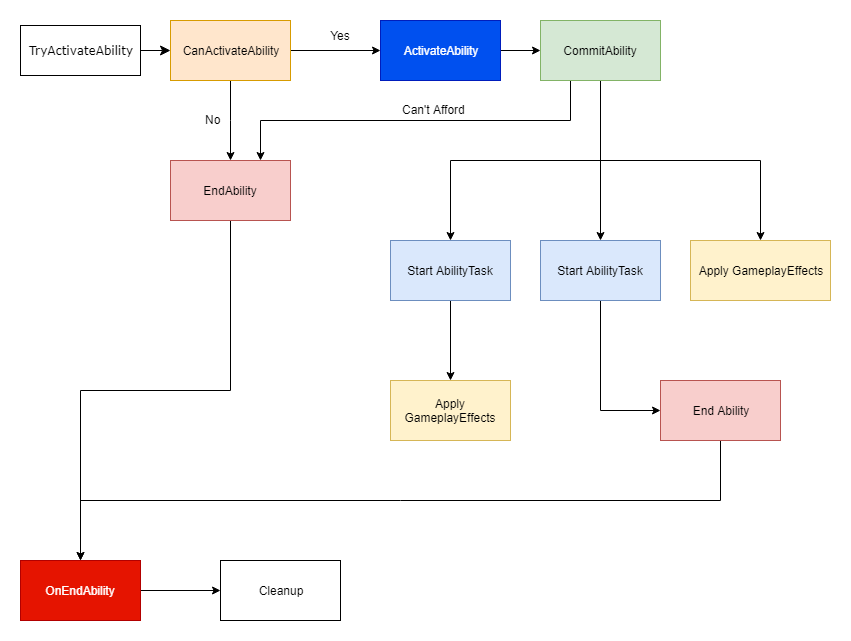
tranek/GASDocumentation keeps this draw.io diagram as Images/abilityflowchartcomplex.png. Above is the earlier version. Source tidied: cells renumbered, new cells last; positions are measured from the earlier drawing's top-left corner, leaving out a move shared by most shapes. The source it was exported from:
```xml
<mxGraphModel background="#ffffff">
  <root>
    <mxCell id="0" />
    <mxCell id="1" parent="0" />
    <mxCell id="2" style="edgeStyle=none;html=1;labelBackgroundColor=none;startFill=0;startSize=8;endFill=1;endSize=8;fontFamily=Verdana;fontSize=12;entryX=0;entryY=0.5;entryDx=0;entryDy=0;" parent="1" edge="1" source="3" target="6">
      <mxGeometry relative="1" as="geometry" />
    </mxCell>
    <mxCell id="3" value="TryActivateAbility&lt;br&gt;" style="whiteSpace=wrap;html=1;rounded=0;shadow=0;comic=0;labelBackgroundColor=none;strokeColor=#000000;strokeWidth=1;fillColor=#FFFFFF;fontFamily=Verdana;fontSize=12;fontColor=#000000;align=center;" parent="1" vertex="1">
      <mxGeometry y="5" width="120" height="50" as="geometry" />
    </mxCell>
    <mxCell id="4" style="edgeStyle=orthogonalEdgeStyle;rounded=0;jettySize=auto;html=1;" parent="1" edge="1" source="6" target="8">
      <mxGeometry relative="1" as="geometry">
        <Array as="points">
          <mxPoint x="210" y="100" />
          <mxPoint x="210" y="100" />
        </Array>
      </mxGeometry>
    </mxCell>
    <mxCell id="5" style="edgeStyle=orthogonalEdgeStyle;rounded=0;jettySize=auto;html=1;entryX=0;entryY=0.5;entryDx=0;entryDy=0;" parent="1" edge="1" source="6" target="21">
      <mxGeometry relative="1" as="geometry" />
    </mxCell>
    <mxCell id="6" value="CanActivateAbility" style="rounded=0;whiteSpace=wrap;html=1;fillColor=#ffe6cc;strokeColor=#d79b00;" parent="1" vertex="1">
      <mxGeometry x="150" width="120" height="60" as="geometry" />
    </mxCell>
    <mxCell id="7" style="edgeStyle=orthogonalEdgeStyle;rounded=0;jettySize=auto;html=1;exitX=0.5;exitY=1;exitDx=0;exitDy=0;entryX=0.5;entryY=0;entryDx=0;entryDy=0;" parent="1" edge="1" source="8" target="28">
      <mxGeometry relative="1" as="geometry" />
    </mxCell>
    <mxCell id="8" value="EndAbility" style="rounded=0;whiteSpace=wrap;html=1;fillColor=#f8cecc;strokeColor=#b85450;" parent="1" vertex="1">
      <mxGeometry x="150" y="140" width="120" height="60" as="geometry" />
    </mxCell>
    <mxCell id="9" style="edgeStyle=orthogonalEdgeStyle;rounded=0;jettySize=auto;html=1;" parent="1" edge="1" source="10" target="11">
      <mxGeometry relative="1" as="geometry" />
    </mxCell>
    <mxCell id="10" value="Start AbilityTask" style="rounded=0;whiteSpace=wrap;html=1;fillColor=#dae8fc;strokeColor=#6c8ebf;" parent="1" vertex="1">
      <mxGeometry x="370" y="220" width="120" height="60" as="geometry" />
    </mxCell>
    <mxCell id="11" value="Apply GameplayEffects" style="rounded=0;whiteSpace=wrap;html=1;fillColor=#fff2cc;strokeColor=#d6b656;" parent="1" vertex="1">
      <mxGeometry x="370" y="360" width="120" height="60" as="geometry" />
    </mxCell>
    <mxCell id="12" style="edgeStyle=orthogonalEdgeStyle;rounded=0;jettySize=auto;html=1;" parent="1" edge="1" source="13" target="15">
      <mxGeometry relative="1" as="geometry">
        <Array as="points">
          <mxPoint x="580" y="390" />
        </Array>
      </mxGeometry>
    </mxCell>
    <mxCell id="13" value="Start AbilityTask" style="rounded=0;whiteSpace=wrap;html=1;fillColor=#dae8fc;strokeColor=#6c8ebf;" parent="1" vertex="1">
      <mxGeometry x="520" y="220" width="120" height="60" as="geometry" />
    </mxCell>
    <mxCell id="14" style="edgeStyle=orthogonalEdgeStyle;rounded=0;jettySize=auto;html=1;exitX=0.5;exitY=1;exitDx=0;exitDy=0;" parent="1" edge="1" source="15" target="28">
      <mxGeometry relative="1" as="geometry" />
    </mxCell>
    <mxCell id="15" value="End Ability" style="rounded=0;whiteSpace=wrap;html=1;fillColor=#f8cecc;strokeColor=#b85450;" parent="1" vertex="1">
      <mxGeometry x="640" y="360" width="120" height="60" as="geometry" />
    </mxCell>
    <mxCell id="16" value="Apply GameplayEffects" style="rounded=0;whiteSpace=wrap;html=1;fillColor=#fff2cc;strokeColor=#d6b656;" parent="1" vertex="1">
      <mxGeometry x="670" y="220" width="140" height="60" as="geometry" />
    </mxCell>
    <mxCell id="17" value="Yes" style="text;html=1;strokeColor=none;fillColor=none;align=center;verticalAlign=middle;whiteSpace=wrap;rounded=0;" parent="1" vertex="1">
      <mxGeometry x="300" y="5" width="40" height="20" as="geometry" />
    </mxCell>
    <mxCell id="18" value="No" style="text;html=1;align=left;verticalAlign=top;spacingTop=-4;" parent="1" vertex="1">
      <mxGeometry x="183" y="90" width="30" height="20" as="geometry" />
    </mxCell>
    <mxCell id="19" value="Can't Afford" style="text;html=1;align=left;verticalAlign=top;spacingTop=-4;" parent="1" vertex="1">
      <mxGeometry x="380" y="80" width="80" height="20" as="geometry" />
    </mxCell>
    <mxCell id="20" style="edgeStyle=orthogonalEdgeStyle;rounded=0;jettySize=auto;html=1;" parent="1" edge="1" source="21" target="26">
      <mxGeometry relative="1" as="geometry" />
    </mxCell>
    <mxCell id="21" value="ActivateAbility" style="rounded=0;whiteSpace=wrap;html=1;fillColor=#0050ef;strokeColor=#001DBC;fontColor=#ffffff;" parent="1" vertex="1">
      <mxGeometry x="360" width="120" height="60" as="geometry" />
    </mxCell>
    <mxCell id="22" style="edgeStyle=orthogonalEdgeStyle;rounded=0;jettySize=auto;html=1;exitX=0.25;exitY=1;exitDx=0;exitDy=0;entryX=0.75;entryY=0;entryDx=0;entryDy=0;" parent="1" edge="1" source="26" target="8">
      <mxGeometry relative="1" as="geometry" />
    </mxCell>
    <mxCell id="23" style="edgeStyle=orthogonalEdgeStyle;rounded=0;jettySize=auto;html=1;exitX=0.5;exitY=1;exitDx=0;exitDy=0;entryX=0.5;entryY=0;entryDx=0;entryDy=0;" parent="1" edge="1" source="26" target="10">
      <mxGeometry relative="1" as="geometry" />
    </mxCell>
    <mxCell id="24" style="edgeStyle=orthogonalEdgeStyle;rounded=0;jettySize=auto;html=1;exitX=0.5;exitY=1;exitDx=0;exitDy=0;entryX=0.5;entryY=0;entryDx=0;entryDy=0;" parent="1" edge="1" source="26" target="13">
      <mxGeometry relative="1" as="geometry" />
    </mxCell>
    <mxCell id="25" style="edgeStyle=orthogonalEdgeStyle;rounded=0;jettySize=auto;html=1;exitX=0.5;exitY=1;exitDx=0;exitDy=0;" parent="1" edge="1" source="26" target="16">
      <mxGeometry relative="1" as="geometry" />
    </mxCell>
    <mxCell id="26" value="CommitAbility" style="rounded=0;whiteSpace=wrap;html=1;fillColor=#d5e8d4;strokeColor=#82b366;" parent="1" vertex="1">
      <mxGeometry x="520" width="120" height="60" as="geometry" />
    </mxCell>
    <mxCell id="27" style="edgeStyle=orthogonalEdgeStyle;rounded=0;jettySize=auto;html=1;" parent="1" edge="1" source="28" target="29">
      <mxGeometry relative="1" as="geometry" />
    </mxCell>
    <mxCell id="28" value="OnEndAbility" style="rounded=0;whiteSpace=wrap;html=1;fillColor=#e51400;strokeColor=#B20000;fontColor=#ffffff;" parent="1" vertex="1">
      <mxGeometry y="540" width="120" height="60" as="geometry" />
    </mxCell>
    <mxCell id="29" value="Cleanup" style="rounded=0;whiteSpace=wrap;html=1;" parent="1" vertex="1">
      <mxGeometry x="200" y="540" width="120" height="60" as="geometry" />
    </mxCell>
  </root>
</mxGraphModel>
```
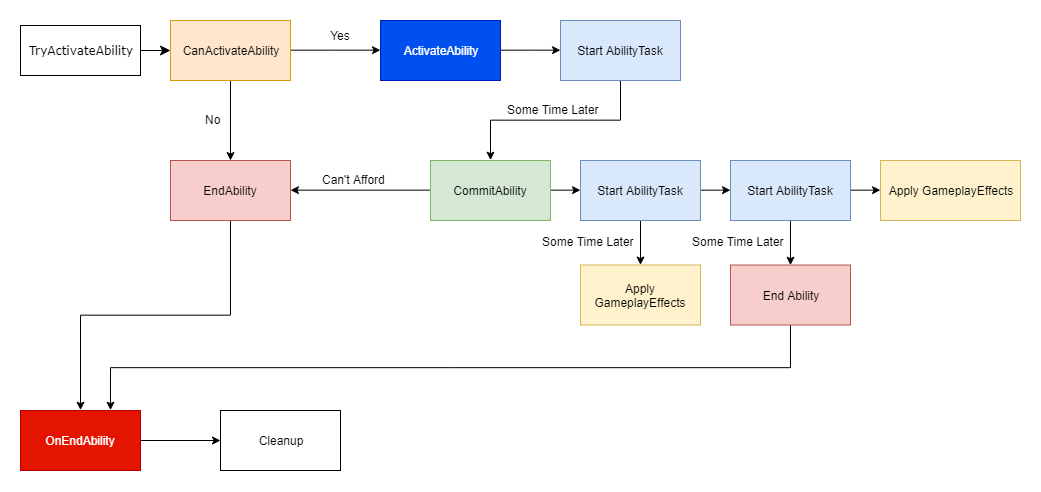
Later version of the same file.

Change to the diagram source:
```diff
@@ -31,30 +31,32 @@
     <mxCell id="9" style="edgeStyle=orthogonalEdgeStyle;rounded=0;jettySize=auto;html=1;" parent="1" edge="1" source="10" target="11">
       <mxGeometry relative="1" as="geometry" />
     </mxCell>
+    <mxCell id="30" style="edgeStyle=orthogonalEdgeStyle;rounded=0;jettySize=auto;html=1;exitX=1;exitY=0.5;exitDx=0;exitDy=0;" parent="1" edge="1" source="10" target="13">
+      <mxGeometry relative="1" as="geometry" />
+    </mxCell>
     <mxCell id="10" value="Start AbilityTask" style="rounded=0;whiteSpace=wrap;html=1;fillColor=#dae8fc;strokeColor=#6c8ebf;" parent="1" vertex="1">
-      <mxGeometry x="370" y="220" width="120" height="60" as="geometry" />
+      <mxGeometry x="560" y="140" width="120" height="60" as="geometry" />
     </mxCell>
     <mxCell id="11" value="Apply GameplayEffects" style="rounded=0;whiteSpace=wrap;html=1;fillColor=#fff2cc;strokeColor=#d6b656;" parent="1" vertex="1">
-      <mxGeometry x="370" y="360" width="120" height="60" as="geometry" />
+      <mxGeometry x="560" y="244.5" width="120" height="60" as="geometry" />
     </mxCell>
+    <mxCell id="31" style="edgeStyle=orthogonalEdgeStyle;rounded=0;jettySize=auto;html=1;exitX=1;exitY=0.5;exitDx=0;exitDy=0;" parent="1" edge="1" source="13" target="16">
+      <mxGeometry relative="1" as="geometry" />
+    </mxCell>
-    <mxCell id="12" style="edgeStyle=orthogonalEdgeStyle;rounded=0;jettySize=auto;html=1;" parent="1" edge="1" source="13" target="15">
-      <mxGeometry relative="1" as="geometry">
-        <Array as="points">
-          <mxPoint x="580" y="390" />
-        </Array>
-      </mxGeometry>
+    <mxCell id="12" style="edgeStyle=orthogonalEdgeStyle;rounded=0;jettySize=auto;html=1;exitX=0.5;exitY=1;exitDx=0;exitDy=0;entryX=0.5;entryY=0;entryDx=0;entryDy=0;" parent="1" edge="1" source="13" target="15">
+      <mxGeometry relative="1" as="geometry" />
     </mxCell>
     <mxCell id="13" value="Start AbilityTask" style="rounded=0;whiteSpace=wrap;html=1;fillColor=#dae8fc;strokeColor=#6c8ebf;" parent="1" vertex="1">
-      <mxGeometry x="520" y="220" width="120" height="60" as="geometry" />
+      <mxGeometry x="710" y="140" width="120" height="60" as="geometry" />
     </mxCell>
-    <mxCell id="14" style="edgeStyle=orthogonalEdgeStyle;rounded=0;jettySize=auto;html=1;exitX=0.5;exitY=1;exitDx=0;exitDy=0;" parent="1" edge="1" source="15" target="28">
+    <mxCell id="14" style="edgeStyle=orthogonalEdgeStyle;rounded=0;jettySize=auto;html=1;exitX=0.5;exitY=1;exitDx=0;exitDy=0;entryX=0.75;entryY=0;entryDx=0;entryDy=0;" parent="1" edge="1" source="15" target="28">
       <mxGeometry relative="1" as="geometry" />
     </mxCell>
     <mxCell id="15" value="End Ability" style="rounded=0;whiteSpace=wrap;html=1;fillColor=#f8cecc;strokeColor=#b85450;" parent="1" vertex="1">
-      <mxGeometry x="640" y="360" width="120" height="60" as="geometry" />
+      <mxGeometry x="710" y="244.5" width="120" height="60" as="geometry" />
     </mxCell>
     <mxCell id="16" value="Apply GameplayEffects" style="rounded=0;whiteSpace=wrap;html=1;fillColor=#fff2cc;strokeColor=#d6b656;" parent="1" vertex="1">
-      <mxGeometry x="670" y="220" width="140" height="60" as="geometry" />
+      <mxGeometry x="860" y="140" width="140" height="60" as="geometry" />
     </mxCell>
     <mxCell id="17" value="Yes" style="text;html=1;strokeColor=none;fillColor=none;align=center;verticalAlign=middle;whiteSpace=wrap;rounded=0;" parent="1" vertex="1">
       <mxGeometry x="300" y="5" width="40" height="20" as="geometry" />
@@ -63,37 +65,46 @@
       <mxGeometry x="183" y="90" width="30" height="20" as="geometry" />
     </mxCell>
     <mxCell id="19" value="Can't Afford" style="text;html=1;align=left;verticalAlign=top;spacingTop=-4;" parent="1" vertex="1">
-      <mxGeometry x="380" y="80" width="80" height="20" as="geometry" />
+      <mxGeometry x="300" y="150" width="80" height="20" as="geometry" />
     </mxCell>
-    <mxCell id="20" style="edgeStyle=orthogonalEdgeStyle;rounded=0;jettySize=auto;html=1;" parent="1" edge="1" source="21" target="26">
-      <mxGeometry relative="1" as="geometry" />
-    </mxCell>
+    <mxCell id="32" style="edgeStyle=orthogonalEdgeStyle;rounded=0;jettySize=auto;html=1;exitX=1;exitY=0.5;exitDx=0;exitDy=0;" parent="1" edge="1" source="21" target="34">
+      <mxGeometry relative="1" as="geometry" />
+    </mxCell>
     <mxCell id="21" value="ActivateAbility" style="rounded=0;whiteSpace=wrap;html=1;fillColor=#0050ef;strokeColor=#001DBC;fontColor=#ffffff;" parent="1" vertex="1">
       <mxGeometry x="360" width="120" height="60" as="geometry" />
     </mxCell>
-    <mxCell id="22" style="edgeStyle=orthogonalEdgeStyle;rounded=0;jettySize=auto;html=1;exitX=0.25;exitY=1;exitDx=0;exitDy=0;entryX=0.75;entryY=0;entryDx=0;entryDy=0;" parent="1" edge="1" source="26" target="8">
+    <mxCell id="22" style="edgeStyle=orthogonalEdgeStyle;rounded=0;jettySize=auto;html=1;exitX=0;exitY=0.5;exitDx=0;exitDy=0;entryX=1;entryY=0.5;entryDx=0;entryDy=0;" parent="1" edge="1" source="26" target="8">
       <mxGeometry relative="1" as="geometry" />
     </mxCell>
-    <mxCell id="23" style="edgeStyle=orthogonalEdgeStyle;rounded=0;jettySize=auto;html=1;exitX=0.5;exitY=1;exitDx=0;exitDy=0;entryX=0.5;entryY=0;entryDx=0;entryDy=0;" parent="1" edge="1" source="26" target="10">
+    <mxCell id="23" style="edgeStyle=orthogonalEdgeStyle;rounded=0;jettySize=auto;html=1;exitX=1;exitY=0.5;exitDx=0;exitDy=0;entryX=0;entryY=0.5;entryDx=0;entryDy=0;" parent="1" edge="1" source="26" target="10">
       <mxGeometry relative="1" as="geometry" />
     </mxCell>
-    <mxCell id="24" style="edgeStyle=orthogonalEdgeStyle;rounded=0;jettySize=auto;html=1;exitX=0.5;exitY=1;exitDx=0;exitDy=0;entryX=0.5;entryY=0;entryDx=0;entryDy=0;" parent="1" edge="1" source="26" target="13">
-      <mxGeometry relative="1" as="geometry" />
-    </mxCell>
-    <mxCell id="25" style="edgeStyle=orthogonalEdgeStyle;rounded=0;jettySize=auto;html=1;exitX=0.5;exitY=1;exitDx=0;exitDy=0;" parent="1" edge="1" source="26" target="16">
-      <mxGeometry relative="1" as="geometry" />
-    </mxCell>
     <mxCell id="26" value="CommitAbility" style="rounded=0;whiteSpace=wrap;html=1;fillColor=#d5e8d4;strokeColor=#82b366;" parent="1" vertex="1">
-      <mxGeometry x="520" width="120" height="60" as="geometry" />
+      <mxGeometry x="410" y="140" width="120" height="60" as="geometry" />
     </mxCell>
     <mxCell id="27" style="edgeStyle=orthogonalEdgeStyle;rounded=0;jettySize=auto;html=1;" parent="1" edge="1" source="28" target="29">
       <mxGeometry relative="1" as="geometry" />
     </mxCell>
     <mxCell id="28" value="OnEndAbility" style="rounded=0;whiteSpace=wrap;html=1;fillColor=#e51400;strokeColor=#B20000;fontColor=#ffffff;" parent="1" vertex="1">
-      <mxGeometry y="540" width="120" height="60" as="geometry" />
+      <mxGeometry y="390" width="120" height="60" as="geometry" />
     </mxCell>
     <mxCell id="29" value="Cleanup" style="rounded=0;whiteSpace=wrap;html=1;" parent="1" vertex="1">
-      <mxGeometry x="200" y="540" width="120" height="60" as="geometry" />
+      <mxGeometry x="200" y="390" width="120" height="60" as="geometry" />
     </mxCell>
+    <mxCell id="33" style="edgeStyle=orthogonalEdgeStyle;rounded=0;jettySize=auto;html=1;exitX=0.5;exitY=1;exitDx=0;exitDy=0;entryX=0.5;entryY=0;entryDx=0;entryDy=0;" parent="1" edge="1" source="34" target="26">
+      <mxGeometry relative="1" as="geometry" />
+    </mxCell>
+    <mxCell id="34" value="Start AbilityTask" style="rounded=0;whiteSpace=wrap;html=1;fillColor=#dae8fc;strokeColor=#6c8ebf;" parent="1" vertex="1">
+      <mxGeometry x="540" width="120" height="60" as="geometry" />
+    </mxCell>
+    <mxCell id="35" value="Some Time Later" style="text;html=1;align=left;verticalAlign=top;spacingTop=-4;" parent="1" vertex="1">
+      <mxGeometry x="520" y="212.5" width="110" height="20" as="geometry" />
+    </mxCell>
+    <mxCell id="36" value="Some Time Later" style="text;html=1;align=left;verticalAlign=top;spacingTop=-4;" parent="1" vertex="1">
+      <mxGeometry x="485" y="80" width="110" height="20" as="geometry" />
+    </mxCell>
+    <mxCell id="37" value="Some Time Later" style="text;html=1;align=left;verticalAlign=top;spacingTop=-4;" parent="1" vertex="1">
+      <mxGeometry x="670" y="212.5" width="110" height="20" as="geometry" />
+    </mxCell>
   </root>
 </mxGraphModel>
```
